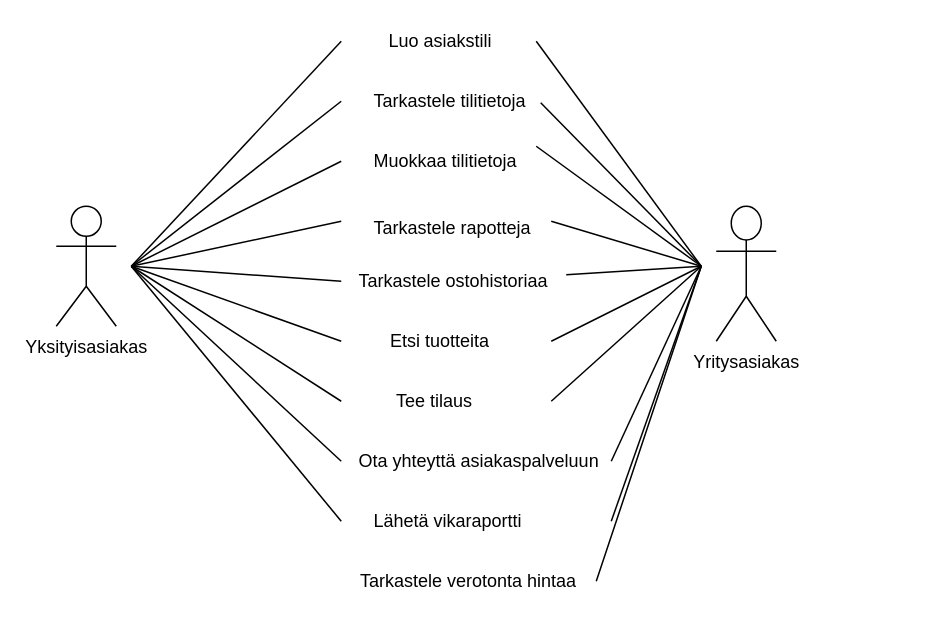
siikanen/jotu-2019 keeps this draw.io diagram as harjoitustyo/images/Untitled Diagram.drawio. Above is the earlier version. Source tidied: cells renumbered, new cells numbered last; positions are measured from the earlier drawing's top-left corner, leaving out a move shared by most shapes. Both pictures are drawn from the tidied source at 150%, with x=0, y=0 at pixel (56, 26).
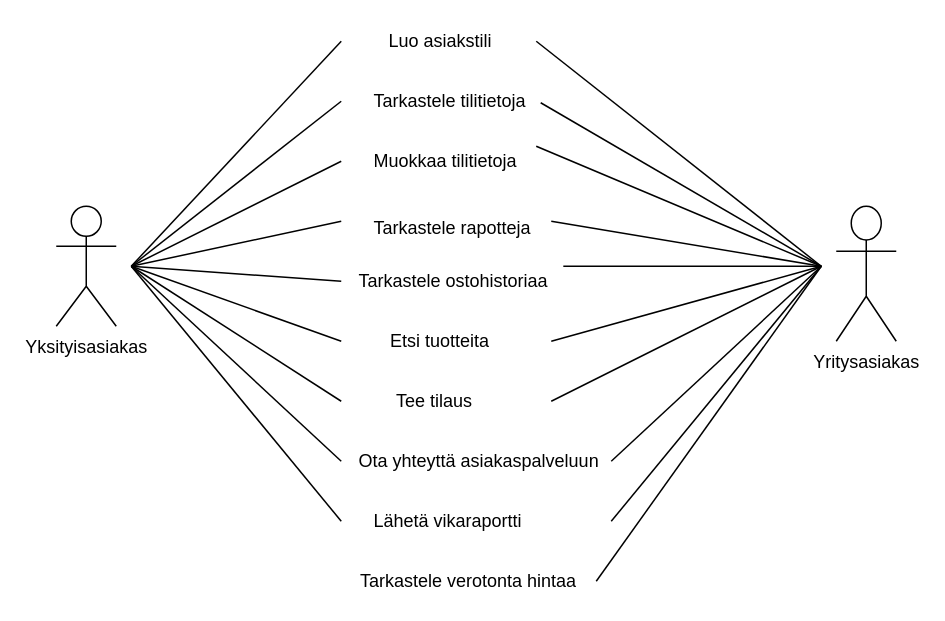
The same diagram, later.

Commit message:
vedelty viivat suoraa

The change refers to these unchanged cells:
```xml
<mxCell id="4" value="Tarkastele tilitietoja" style="text;html=1;points=[];align=left;verticalAlign=top;spacingTop=-4;" parent="1" vertex="1">
  <mxGeometry x="210" y="40" width="110" height="20" as="geometry" />
</mxCell>
<mxCell id="5" value="Tarkastele rapotteja" style="text;html=1;points=[];align=left;verticalAlign=top;spacingTop=-4;" parent="1" vertex="1">
  <mxGeometry x="210" y="125" width="120" height="20" as="geometry" />
</mxCell>
<mxCell id="6" value="Muokkaa tilitietoja" style="text;html=1;points=[];align=left;verticalAlign=top;spacingTop=-4;" parent="1" vertex="1">
  <mxGeometry x="210" y="80" width="110" height="20" as="geometry" />
</mxCell>
<mxCell id="7" value="Tarkastele ostohistoriaa" style="text;html=1;points=[];align=left;verticalAlign=top;spacingTop=-4;" parent="1" vertex="1">
  <mxGeometry x="200" y="160" width="140" height="20" as="geometry" />
</mxCell>
<mxCell id="10" value="Ota yhteyttä asiakaspalveluun" style="text;html=1;points=[];align=left;verticalAlign=top;spacingTop=-4;" parent="1" vertex="1">
  <mxGeometry x="200" y="280" width="170" height="20" as="geometry" />
</mxCell>
```

The edit, as a diff of the source:
```diff
@@
     <mxCell id="21" value="Yritysasiakas" style="shape=umlActor;verticalLabelPosition=bottom;labelBackgroundColor=#ffffff;verticalAlign=top;html=1;" parent="1" vertex="1">
-      <mxGeometry x="440" y="120" width="40" height="90" as="geometry" />
+      <mxGeometry x="520" y="120" width="40" height="90" as="geometry" />
     </mxCell>
@@
     <mxCell id="23" style="endArrow=none;html=1;" parent="1" edge="1">
       <mxGeometry relative="1" as="geometry">
         <mxPoint x="320" y="10" as="sourcePoint" />
-        <mxPoint x="430" y="160" as="targetPoint" />
+        <mxPoint x="510" y="160" as="targetPoint" />
       </mxGeometry>
     </mxCell>
     <mxCell id="24" style="endArrow=none;html=1;exitX=1.027;exitY=0.55;exitDx=0;exitDy=0;exitPerimeter=0;" parent="1" edge="1" source="4">
       <mxGeometry relative="1" as="geometry">
-        <mxPoint x="430" y="160" as="targetPoint" />
+        <mxPoint x="510" y="160" as="targetPoint" />
       </mxGeometry>
     </mxCell>
     <mxCell id="25" style="endArrow=none;html=1;exitX=1;exitY=0;exitDx=0;exitDy=0;exitPerimeter=0;" parent="1" edge="1" source="6">
       <mxGeometry relative="1" as="geometry">
-        <mxPoint x="430" y="160" as="targetPoint" />
+        <mxPoint x="510" y="160" as="targetPoint" />
       </mxGeometry>
     </mxCell>
     <mxCell id="26" style="endArrow=none;html=1;exitX=1;exitY=0.25;exitDx=0;exitDy=0;exitPerimeter=0;" parent="1" edge="1" source="5">
       <mxGeometry relative="1" as="geometry">
-        <mxPoint x="430" y="160" as="targetPoint" />
+        <mxPoint x="510" y="160" as="targetPoint" />
       </mxGeometry>
     </mxCell>
-    <mxCell id="27" style="endArrow=none;html=1;" parent="1" edge="1" source="7">
+    <mxCell id="27" style="endArrow=none;html=1;exitX=0.986;exitY=0;exitDx=0;exitDy=0;exitPerimeter=0;" parent="1" edge="1" source="7">
       <mxGeometry relative="1" as="geometry">
-        <mxPoint x="430" y="160" as="targetPoint" />
+        <mxPoint x="510" y="160" as="targetPoint" />
       </mxGeometry>
     </mxCell>
     <mxCell id="28" style="endArrow=none;html=1;" parent="1" edge="1">
       <mxGeometry relative="1" as="geometry">
         <mxPoint x="330" y="210" as="sourcePoint" />
-        <mxPoint x="430" y="160" as="targetPoint" />
+        <mxPoint x="510" y="160" as="targetPoint" />
       </mxGeometry>
     </mxCell>
     <mxCell id="29" style="endArrow=none;html=1;" parent="1" edge="1">
       <mxGeometry relative="1" as="geometry">
         <mxPoint x="330" y="250" as="sourcePoint" />
-        <mxPoint x="430" y="160" as="targetPoint" />
+        <mxPoint x="510" y="160" as="targetPoint" />
       </mxGeometry>
     </mxCell>
     <mxCell id="30" style="endArrow=none;html=1;exitX=1;exitY=0.5;exitDx=0;exitDy=0;exitPerimeter=0;" parent="1" edge="1" source="10">
       <mxGeometry relative="1" as="geometry">
-        <mxPoint x="430" y="160" as="targetPoint" />
+        <mxPoint x="510" y="160" as="targetPoint" />
       </mxGeometry>
     </mxCell>
     <mxCell id="31" style="endArrow=none;html=1;" parent="1" edge="1">
       <mxGeometry relative="1" as="geometry">
         <mxPoint x="370" y="330" as="sourcePoint" />
-        <mxPoint x="430" y="160" as="targetPoint" />
+        <mxPoint x="510" y="160" as="targetPoint" />
       </mxGeometry>
     </mxCell>
     <mxCell id="32" style="endArrow=none;html=1;" parent="1" edge="1">
       <mxGeometry relative="1" as="geometry">
         <mxPoint x="360" y="370" as="sourcePoint" />
-        <mxPoint x="430" y="160" as="targetPoint" />
+        <mxPoint x="510" y="160" as="targetPoint" />
       </mxGeometry>
     </mxCell>
```
